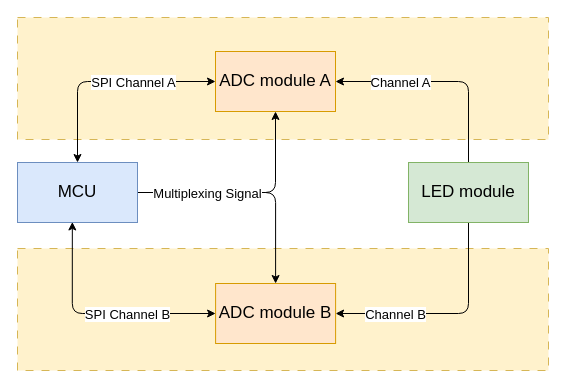
Above: schematic/103-two-independent-channels-with-MCU.drawio in petrkucerak/diplom-thesis (draw.io), before the change. Source tidied: cells renumbered, new cells numbered last; positions are measured from the earlier drawing's top-left corner, leaving out a move shared by most shapes. Both pictures are drawn from the tidied source at 100%, with x=0, y=0 at pixel (17, 17).
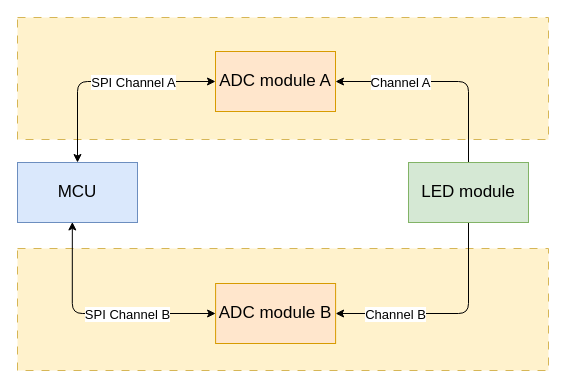
After the change.

The change refers to these unchanged cells:
```xml
<mxCell id="7" value="MCU" style="rounded=0;whiteSpace=wrap;html=1;fontSize=17;fillColor=#dae8fc;strokeColor=#6c8ebf;" parent="1" vertex="1">
  <mxGeometry y="145" width="120" height="60" as="geometry" />
</mxCell>
<mxCell id="15" value="ADC module A" style="rounded=0;whiteSpace=wrap;html=1;fontSize=17;fillColor=#ffe6cc;strokeColor=#d79b00;" parent="1" vertex="1">
  <mxGeometry x="198" y="34" width="120" height="60" as="geometry" />
</mxCell>
<mxCell id="16" value="ADC module B" style="rounded=0;whiteSpace=wrap;html=1;fontSize=17;fillColor=#ffe6cc;strokeColor=#d79b00;" parent="1" vertex="1">
  <mxGeometry x="198.1" y="266" width="120" height="60" as="geometry" />
</mxCell>
```

Change to the diagram source:
```diff
@@
-    <mxCell id="4" style="edgeStyle=orthogonalEdgeStyle;html=1;exitX=1;exitY=0.5;exitDx=0;exitDy=0;entryX=0.5;entryY=1;entryDx=0;entryDy=0;" parent="1" edge="1" source="7" target="15">
-      <mxGeometry relative="1" as="geometry" />
-    </mxCell>
-    <mxCell id="5" style="edgeStyle=orthogonalEdgeStyle;html=1;exitX=1;exitY=0.5;exitDx=0;exitDy=0;entryX=0.5;entryY=0;entryDx=0;entryDy=0;" parent="1" edge="1" source="7" target="16">
-      <mxGeometry relative="1" as="geometry" />
-    </mxCell>
-    <mxCell id="6" value="Multiplexing Signal" style="edgeLabel;html=1;align=center;verticalAlign=middle;fontSize=13;" parent="5" vertex="1">
-      <mxGeometry x="0.2" y="1" relative="1" as="geometry">
-        <mxPoint x="-68" y="1" as="offset" />
-      </mxGeometry>
-    </mxCell>
```
